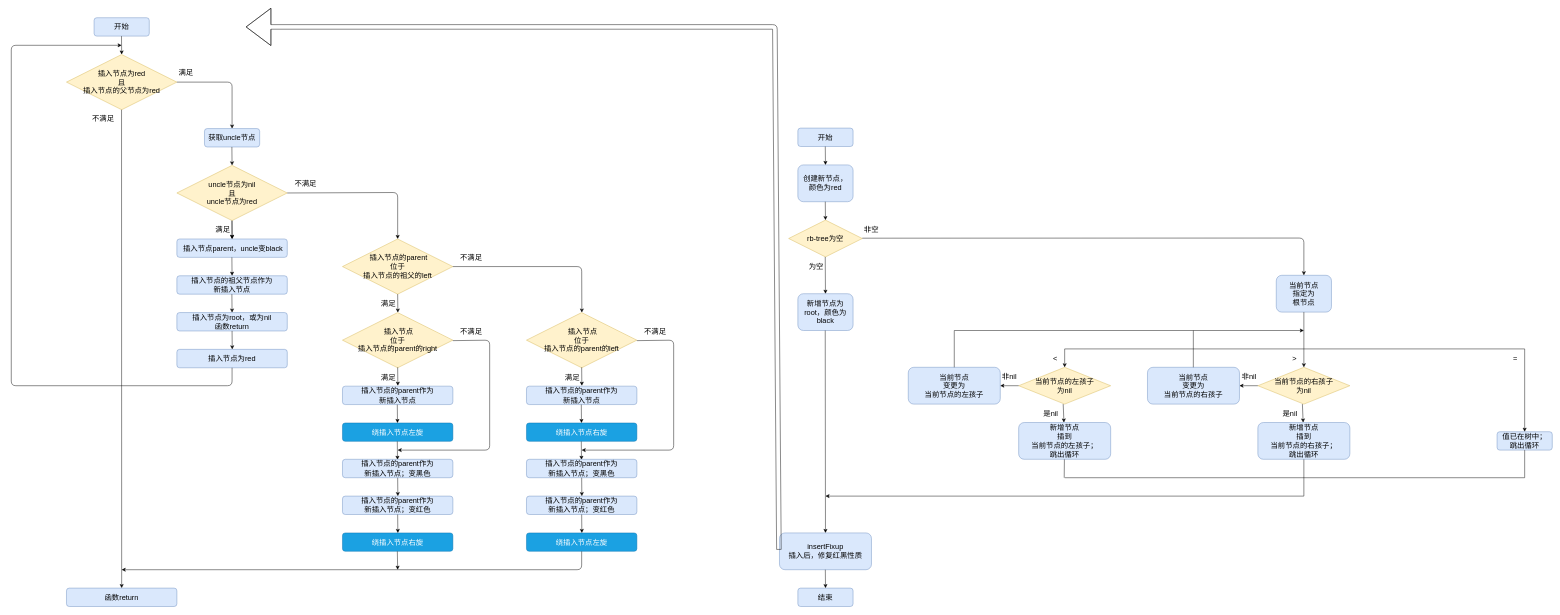
Before: pics/data-structure/tree/r-b-tree/红黑树插入操作流程图.drawio in niegl4/docs, a draw.io diagram. Source tidied: cells renumbered, new cells numbered last; positions are measured from the earlier drawing's top-left corner, leaving out a move shared by most shapes. Both pictures are drawn from the tidied source at 46%, with x=0, y=0 at pixel (11, 17).
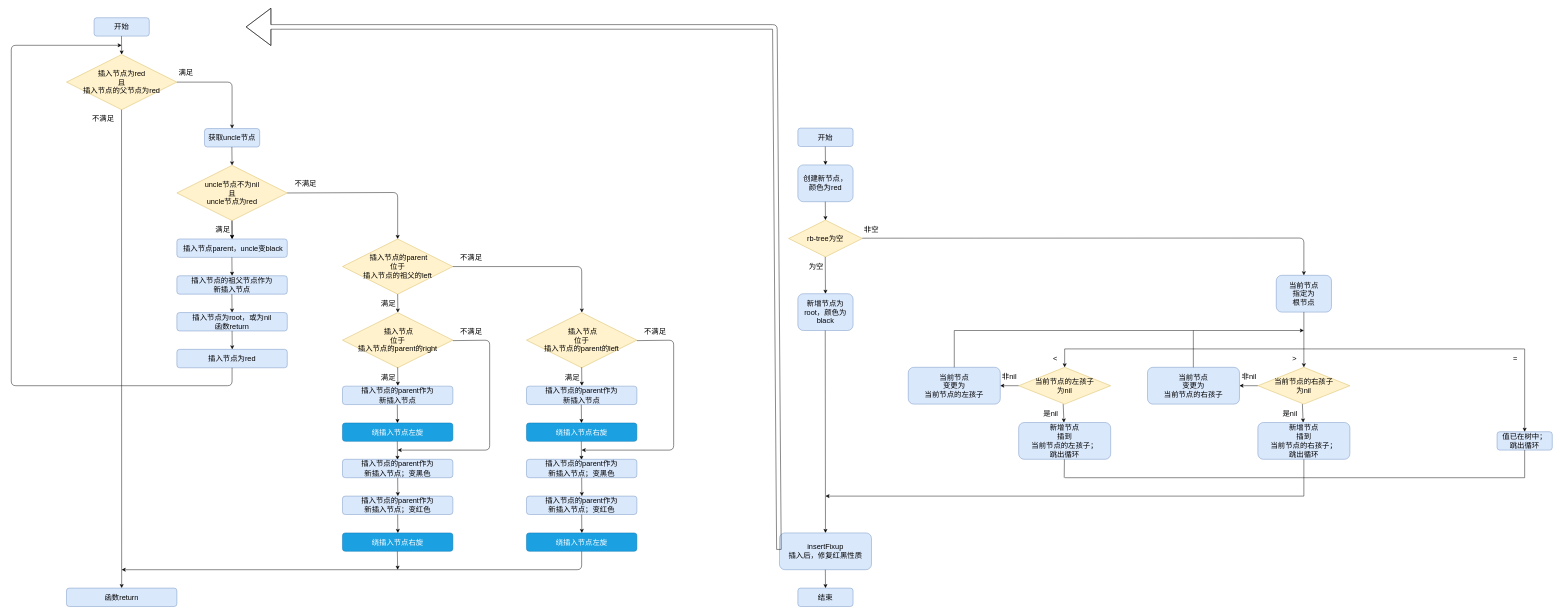
After the change.

Commit message:
modifiy: rbtree pics

Diff of the diagram source:
```diff
@@
-    <mxCell id="53" value="&lt;font style=&quot;font-size: 16px&quot;&gt;uncle节点为nil&lt;br&gt;且&lt;br&gt;uncle节点为red&lt;br&gt;&lt;/font&gt;" style="rhombus;whiteSpace=wrap;html=1;fillColor=#fff2cc;strokeColor=#d6b656;" parent="1" vertex="1">
+    <mxCell id="53" value="&lt;font style=&quot;font-size: 16px&quot;&gt;uncle节点不为nil&lt;br&gt;且&lt;br&gt;uncle节点为red&lt;br&gt;&lt;/font&gt;" style="rhombus;whiteSpace=wrap;html=1;fillColor=#fff2cc;strokeColor=#d6b656;" parent="1" vertex="1">
       <mxGeometry x="360" y="321" width="240" height="120" as="geometry" />
     </mxCell>
```
